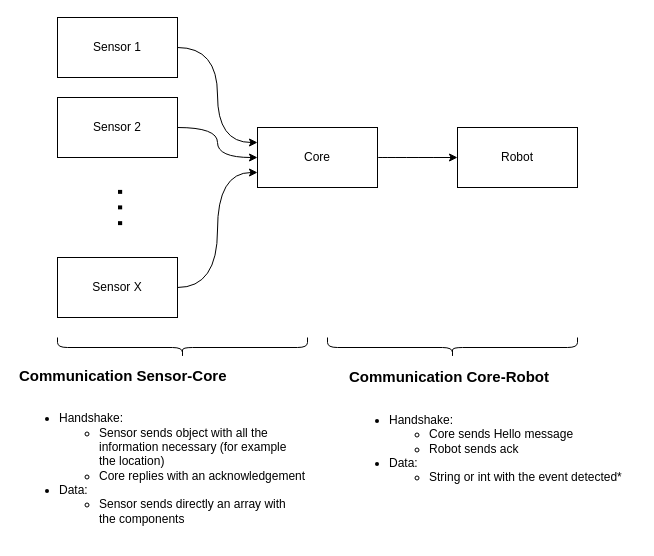
Above: Classifier/diagrams/CommunicationDiagram.drawio in gerardPlanella/HomeSoundSystem (draw.io), before the change. Source tidied: cells renumbered, new cells numbered last; positions are measured from the earlier drawing's top-left corner, leaving out a move shared by most shapes. Both pictures are drawn from the tidied source at 100%, with x=0, y=0 at pixel (17, 17).
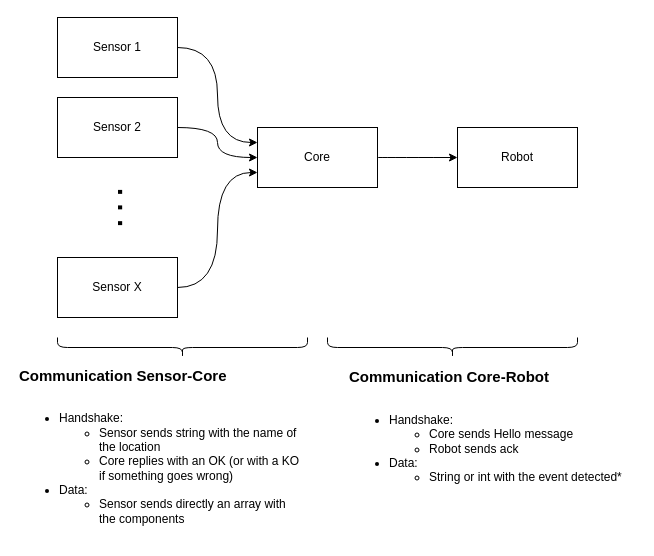
After the change.

Commit message (it also covers changes not shown here):
diagrams finished and passed to PDF

Diff of the diagram source:
```diff
@@
 <mxGraphModel>
   <root>
     <mxCell id="0" />
     <mxCell id="1" parent="0" />
     <mxCell id="2" style="edgeStyle=orthogonalEdgeStyle;rounded=0;jettySize=auto;html=1;exitX=1;exitY=0.5;exitDx=0;exitDy=0;entryX=0;entryY=0.25;entryDx=0;entryDy=0;fontSize=28;curved=1;" parent="1" edge="1" source="3" target="10">
       <mxGeometry relative="1" as="geometry" />
     </mxCell>
     <mxCell id="3" value="Sensor 1" style="rounded=0;whiteSpace=wrap;html=1;" parent="1" vertex="1">
       <mxGeometry x="40" width="120" height="60" as="geometry" />
     </mxCell>
     <mxCell id="4" style="edgeStyle=orthogonalEdgeStyle;curved=1;rounded=0;jettySize=auto;html=1;exitX=1;exitY=0.5;exitDx=0;exitDy=0;entryX=0;entryY=0.5;entryDx=0;entryDy=0;fontSize=28;" parent="1" edge="1" source="5" target="10">
       <mxGeometry relative="1" as="geometry" />
     </mxCell>
     <mxCell id="5" value="Sensor 2" style="rounded=0;whiteSpace=wrap;html=1;" parent="1" vertex="1">
       <mxGeometry x="40" y="80" width="120" height="60" as="geometry" />
     </mxCell>
     <mxCell id="6" style="edgeStyle=orthogonalEdgeStyle;curved=1;rounded=0;jettySize=auto;html=1;exitX=1;exitY=0.5;exitDx=0;exitDy=0;entryX=0;entryY=0.75;entryDx=0;entryDy=0;fontSize=28;" parent="1" edge="1" source="7" target="10">
       <mxGeometry relative="1" as="geometry" />
     </mxCell>
     <mxCell id="7" value="Sensor X" style="rounded=0;whiteSpace=wrap;html=1;" parent="1" vertex="1">
       <mxGeometry x="40" y="240" width="120" height="60" as="geometry" />
     </mxCell>
     <mxCell id="8" value=". . ." style="text;html=1;align=center;verticalAlign=middle;rotation=90;fontSize=28;fontStyle=1;" parent="1" vertex="1">
       <mxGeometry x="86" y="170" width="50" height="40" as="geometry" />
     </mxCell>
     <mxCell id="9" style="edgeStyle=orthogonalEdgeStyle;curved=1;rounded=0;jettySize=auto;html=1;exitX=1;exitY=0.5;exitDx=0;exitDy=0;entryX=0;entryY=0.5;entryDx=0;entryDy=0;fontSize=28;" parent="1" edge="1" source="10" target="11">
       <mxGeometry relative="1" as="geometry" />
     </mxCell>
     <mxCell id="10" value="Core" style="rounded=0;whiteSpace=wrap;html=1;" parent="1" vertex="1">
       <mxGeometry x="240" y="110" width="120" height="60" as="geometry" />
     </mxCell>
     <mxCell id="11" value="Robot" style="rounded=0;whiteSpace=wrap;html=1;" parent="1" vertex="1">
       <mxGeometry x="440" y="110" width="120" height="60" as="geometry" />
     </mxCell>
-    <mxCell id="12" value="&lt;font&gt;&lt;b&gt;&lt;font style=&quot;font-size: 15px&quot;&gt;Communication Sensor-Core&lt;/font&gt;&lt;/b&gt;&lt;br&gt;&lt;br&gt;&lt;ul&gt;&lt;li&gt;&lt;font&gt;Handshake:&amp;nbsp;&lt;/font&gt;&lt;/li&gt;&lt;ul&gt;&lt;li&gt;&lt;font&gt;Sensor sends object with all the &lt;br&gt;information&amp;nbsp;&lt;/font&gt;necessary (for example &lt;br&gt;the location)&lt;/li&gt;&lt;li&gt;&lt;font&gt;Core replies with an acknowledgement&lt;/font&gt;&lt;/li&gt;&lt;/ul&gt;&lt;li&gt;&lt;font&gt;Data:&lt;/font&gt;&lt;/li&gt;&lt;ul&gt;&lt;li&gt;&lt;font&gt;Sensor sends directly an array with&lt;br&gt;the components&lt;/font&gt;&lt;/li&gt;&lt;/ul&gt;&lt;/ul&gt;&lt;/font&gt;" style="text;html=1;align=left;verticalAlign=middle;fontSize=12;" parent="1" vertex="1">
+    <mxCell id="12" value="&lt;font&gt;&lt;b&gt;&lt;font style=&quot;font-size: 15px&quot;&gt;Communication Sensor-Core&lt;/font&gt;&lt;/b&gt;&lt;br&gt;&lt;br&gt;&lt;ul&gt;&lt;li&gt;&lt;font&gt;Handshake:&amp;nbsp;&lt;/font&gt;&lt;/li&gt;&lt;ul&gt;&lt;li&gt;&lt;font&gt;Sensor sends string with the name of&lt;br&gt;the location&lt;/font&gt;&lt;/li&gt;&lt;li&gt;&lt;font&gt;Core replies with an OK (or with a KO&lt;br&gt;if something goes wrong)&lt;/font&gt;&lt;/li&gt;&lt;/ul&gt;&lt;li&gt;&lt;font&gt;Data:&lt;/font&gt;&lt;/li&gt;&lt;ul&gt;&lt;li&gt;&lt;font&gt;Sensor sends directly an array with&lt;br&gt;the components&lt;/font&gt;&lt;/li&gt;&lt;/ul&gt;&lt;/ul&gt;&lt;/font&gt;" style="text;html=1;align=left;verticalAlign=middle;fontSize=12;" parent="1" vertex="1">
       <mxGeometry y="350" width="300" height="170" as="geometry" />
     </mxCell>
     <mxCell id="13" value="&lt;font&gt;&lt;b&gt;&lt;font style=&quot;font-size: 15px&quot;&gt;Communication Core-Robot&lt;/font&gt;&lt;/b&gt;&lt;br&gt;&lt;br&gt;&lt;ul&gt;&lt;li&gt;&lt;font&gt;Handshake:&amp;nbsp;&lt;/font&gt;&lt;/li&gt;&lt;ul&gt;&lt;li&gt;&lt;span&gt;Core sends Hello message&lt;/span&gt;&lt;/li&gt;&lt;li&gt;&lt;span&gt;Robot sends ack&lt;/span&gt;&lt;/li&gt;&lt;/ul&gt;&lt;li&gt;&lt;span&gt;Data:&lt;/span&gt;&lt;br&gt;&lt;/li&gt;&lt;ul&gt;&lt;li&gt;String or int with the event detected*&lt;/li&gt;&lt;/ul&gt;&lt;/ul&gt;&lt;/font&gt;" style="text;html=1;align=left;verticalAlign=middle;fontSize=12;" parent="1" vertex="1">
       <mxGeometry x="330" y="350" width="290" height="130" as="geometry" />
     </mxCell>
     <mxCell id="14" style="shape=curlyBracket;whiteSpace=wrap;html=1;rounded=1;fontSize=12;rotation=-90;" parent="1" vertex="1">
       <mxGeometry x="155" y="205" width="20" height="250" as="geometry" />
     </mxCell>
     <mxCell id="15" style="shape=curlyBracket;whiteSpace=wrap;html=1;rounded=1;fontSize=12;rotation=-90;" parent="1" vertex="1">
       <mxGeometry x="425" y="205" width="20" height="250" as="geometry" />
     </mxCell>
   </root>
 </mxGraphModel>
```
